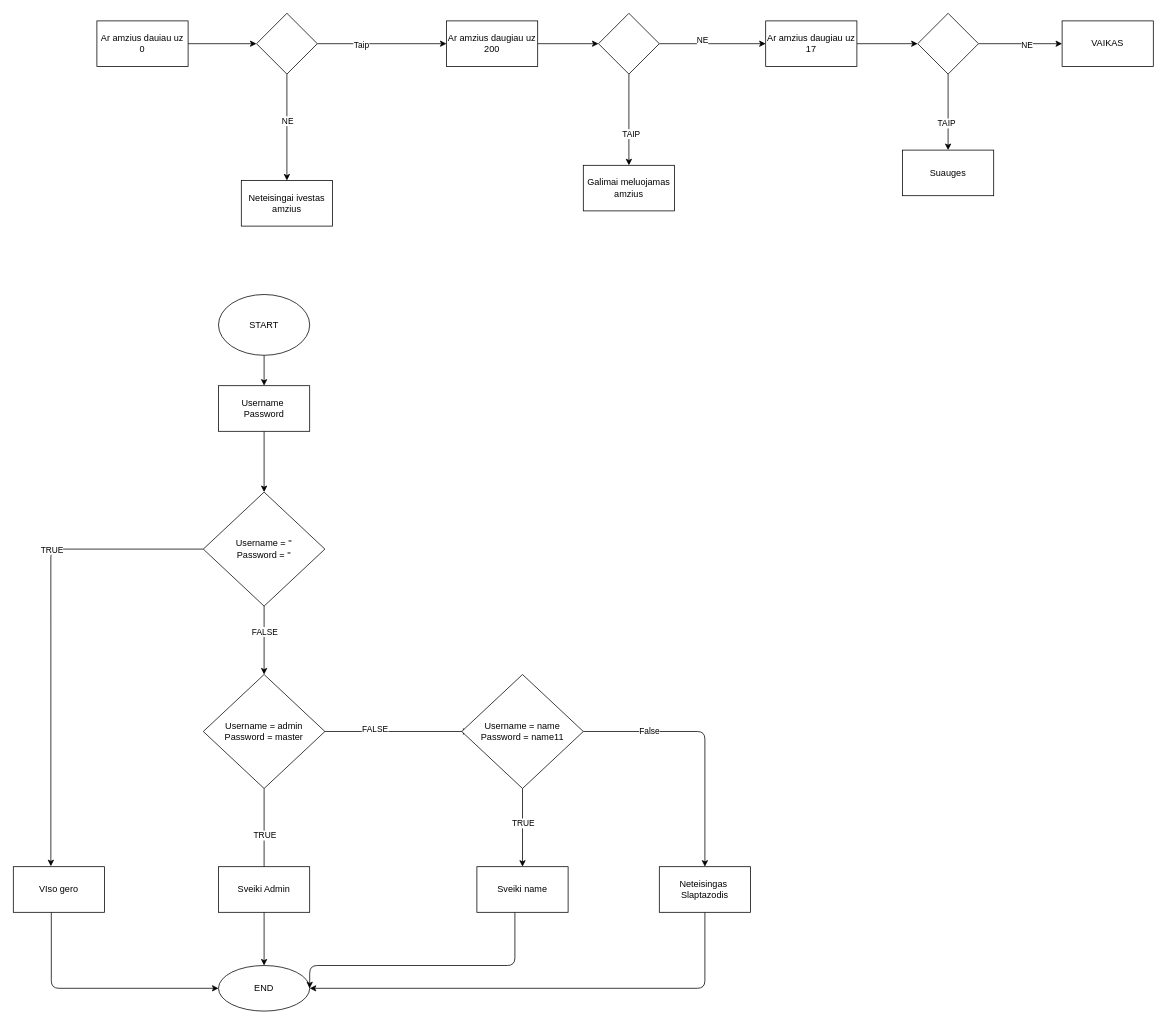
The draw.io diagram draw.drawio in MariusCodeAcademy/feu2-02-numbers-conditionals, before the edit. Source tidied: cells renumbered, new cells numbered last; positions are measured from the earlier drawing's top-left corner, leaving out a move shared by most shapes. Both pictures are drawn from the tidied source at 76%, with x=0, y=0 at pixel (13, 13).
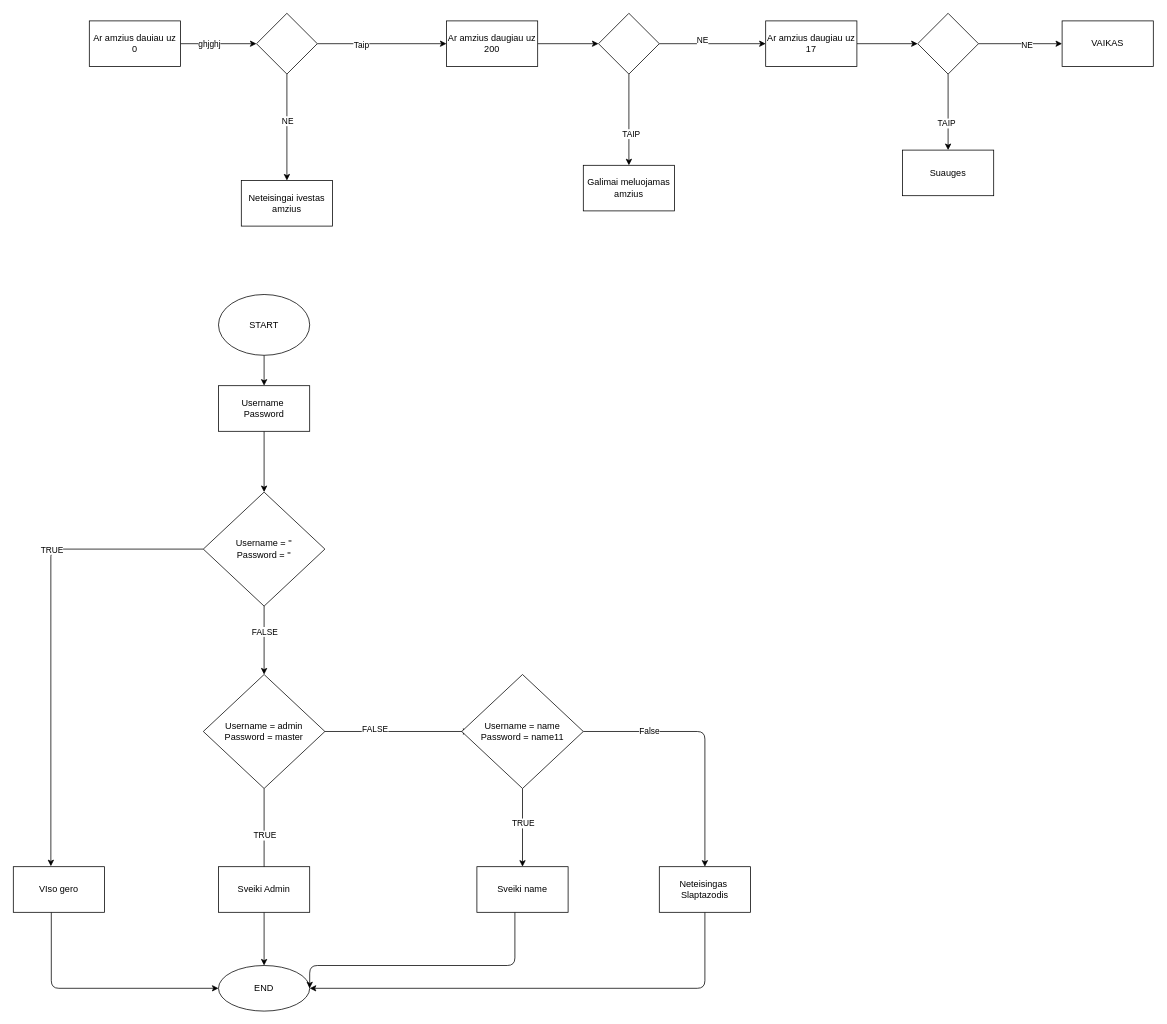
Above is the later version.

Unchanged cells that the change refers to:
```xml
<mxCell id="2" style="edgeStyle=none;html=1;entryX=1;entryY=0.5;entryDx=0;entryDy=0;" parent="1" edge="1" source="3">
  <mxGeometry relative="1" as="geometry">
    <mxPoint x="320" y="40" as="targetPoint" />
  </mxGeometry>
</mxCell>
```

What changed in the source:
```diff
@@
+    <mxCell id="55" value="ghjghj" style="edgeLabel;html=1;align=center;verticalAlign=middle;" parent="2" vertex="1">
+      <mxGeometry x="-0.27" relative="1" as="geometry" />
+    </mxCell>
     <mxCell id="3" value="Ar amzius dauiau uz 0" style="rounded=0;whiteSpace=wrap;html=1;" parent="1" vertex="1">
-      <mxGeometry x="110" y="10" width="120" height="60" as="geometry" />
+      <mxGeometry x="100" y="10" width="120" height="60" as="geometry" />
     </mxCell>
```
